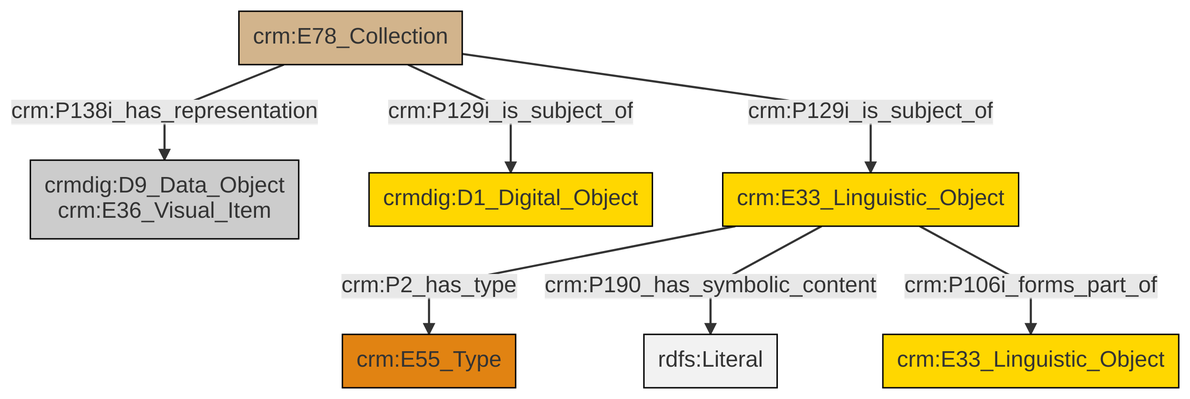
Above: et/archivalCSV/ttl/mmd/png/archival_docs.png in swiss-art-research-net/docs.swissartresearch (Mermaid), before the change. Its source is kept beside it as et/archivalCSV/ttl/mmd/archival_docs.ttl.mmd.
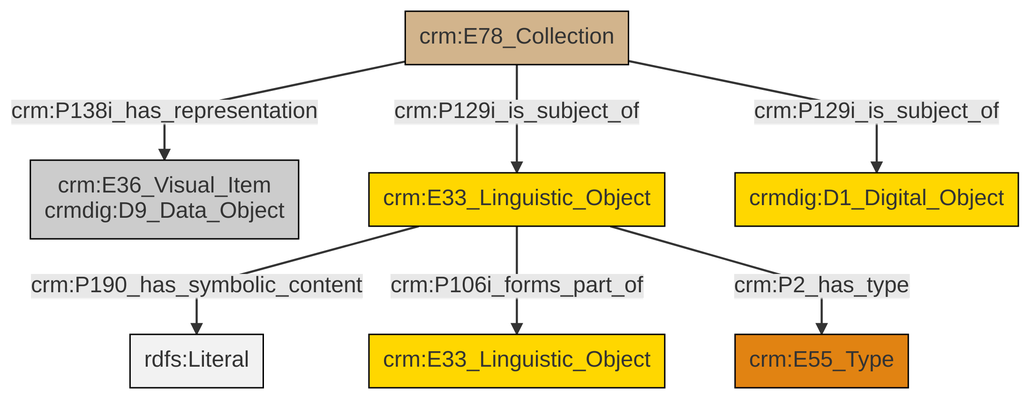
After the change.

Change to the diagram source:
```diff
@@ -13,9 +13,9 @@
 classDef PC_Classes fill:#4ce600, stroke:#000000;
 classDef Multi fill:#cccccc,stroke:#000000;
 
-2["crm:E78_Collection"]:::Physical_Thing -->|crm:P129i_is_subject_of| 3["crmdig:D1_Digital_Object"]:::Conceptual_Object
-2["crm:E78_Collection"]:::Physical_Thing -->|crm:P138i_has_representation| 0["crmdig:D9_Data_Object<br>crm:E36_Visual_Item"]:::Multi
-10["crm:E33_Linguistic_Object"]:::Conceptual_Object -->|crm:P2_has_type| 8["crm:E55_Type"]:::Type
-10["crm:E33_Linguistic_Object"]:::Conceptual_Object -->|crm:P190_has_symbolic_content| 11[rdfs:Literal]:::Literal
-2["crm:E78_Collection"]:::Physical_Thing -->|crm:P129i_is_subject_of| 10["crm:E33_Linguistic_Object"]:::Conceptual_Object
-10["crm:E33_Linguistic_Object"]:::Conceptual_Object -->|crm:P106i_forms_part_of| 5["crm:E33_Linguistic_Object"]:::Conceptual_Object
+0["crm:E78_Collection"]:::Physical_Thing -->|crm:P138i_has_representation| 6["crm:E36_Visual_Item<br>crmdig:D9_Data_Object"]:::Multi
+7["crm:E33_Linguistic_Object"]:::Conceptual_Object -->|crm:P190_has_symbolic_content| 8[rdfs:Literal]:::Literal
+7["crm:E33_Linguistic_Object"]:::Conceptual_Object -->|crm:P106i_forms_part_of| 2["crm:E33_Linguistic_Object"]:::Conceptual_Object
+0["crm:E78_Collection"]:::Physical_Thing -->|crm:P129i_is_subject_of| 10["crmdig:D1_Digital_Object"]:::Conceptual_Object
+0["crm:E78_Collection"]:::Physical_Thing -->|crm:P129i_is_subject_of| 7["crm:E33_Linguistic_Object"]:::Conceptual_Object
+7["crm:E33_Linguistic_Object"]:::Conceptual_Object -->|crm:P2_has_type| 4["crm:E55_Type"]:::Type
```
